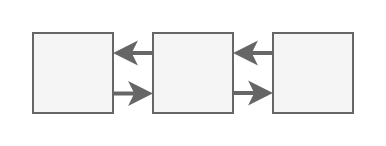
The draw.io diagram page "doubly_list_node" (2 of 2) of docs/concepts/list-node.drawio in hanggrian/grind-leetcode, before the edit. Source tidied: cells renumbered, new cells numbered last; positions are measured from the earlier drawing's top-left corner, leaving out a move shared by most shapes. Both pictures are drawn from the tidied source at 200%, with x=0, y=0 at pixel (32, 32).
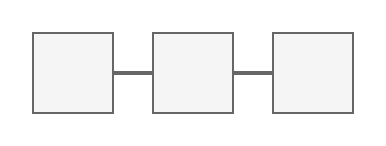
Above is the later version.

Change to the diagram source:
```diff
@@
 <mxGraphModel>
   <root>
     <mxCell id="0" />
     <mxCell id="1" parent="0" />
-    <mxCell id="2" style="edgeStyle=orthogonalEdgeStyle;rounded=0;jettySize=auto;html=1;exitX=0.946;exitY=0.756;exitDx=0;exitDy=0;entryX=0;entryY=0.75;entryDx=0;entryDy=0;startArrow=none;startFill=0;strokeWidth=2;fillColor=#f5f5f5;strokeColor=#666666;exitPerimeter=0;" parent="1" edge="1" source="3" target="5">
+    <mxCell id="2" style="edgeStyle=orthogonalEdgeStyle;rounded=0;jettySize=auto;html=1;exitX=1;exitY=0.5;exitDx=0;exitDy=0;entryX=0;entryY=0.5;entryDx=0;entryDy=0;startArrow=none;startFill=0;strokeWidth=2;fillColor=#f5f5f5;strokeColor=#666666;endArrow=none;" parent="1" edge="1" source="3" target="5">
       <mxGeometry relative="1" as="geometry" />
     </mxCell>
     <mxCell id="3" style="text;html=1;align=center;verticalAlign=middle;whiteSpace=wrap;rounded=0;fillColor=#f5f5f5;strokeColor=#666666;fontSize=14;fontColor=#333333;" parent="1" vertex="1">
       <mxGeometry width="40" height="40" as="geometry" />
     </mxCell>
-    <mxCell id="4" style="edgeStyle=orthogonalEdgeStyle;rounded=0;jettySize=auto;html=1;exitX=1;exitY=0.75;exitDx=0;exitDy=0;entryX=0;entryY=0.75;entryDx=0;entryDy=0;startArrow=none;startFill=0;strokeWidth=2;fillColor=#f5f5f5;strokeColor=#666666;" parent="1" edge="1" source="5" target="6">
+    <mxCell id="4" style="edgeStyle=orthogonalEdgeStyle;rounded=0;jettySize=auto;html=1;exitX=1;exitY=0.5;exitDx=0;exitDy=0;entryX=0;entryY=0.5;entryDx=0;entryDy=0;startArrow=none;startFill=0;strokeWidth=2;fillColor=#f5f5f5;strokeColor=#666666;endArrow=none;" parent="1" edge="1" source="5" target="6">
       <mxGeometry relative="1" as="geometry" />
     </mxCell>
     <mxCell id="5" style="text;html=1;align=center;verticalAlign=middle;whiteSpace=wrap;rounded=0;fillColor=#f5f5f5;strokeColor=#666666;fontSize=14;fontColor=#333333;" parent="1" vertex="1">
       <mxGeometry x="60" width="40" height="40" as="geometry" />
     </mxCell>
     <mxCell id="6" style="text;html=1;align=center;verticalAlign=middle;whiteSpace=wrap;rounded=0;fillColor=#f5f5f5;strokeColor=#666666;fontSize=14;fontColor=#333333;" parent="1" vertex="1">
       <mxGeometry x="120" width="40" height="40" as="geometry" />
     </mxCell>
-    <mxCell id="7" style="edgeStyle=orthogonalEdgeStyle;rounded=0;jettySize=auto;html=1;exitX=0;exitY=0.25;exitDx=0;exitDy=0;entryX=1;entryY=0.25;entryDx=0;entryDy=0;startArrow=none;startFill=0;strokeWidth=2;fillColor=#f5f5f5;strokeColor=#666666;" parent="1" edge="1" source="6" target="5">
-      <mxGeometry relative="1" as="geometry" />
-    </mxCell>
-    <mxCell id="8" style="edgeStyle=orthogonalEdgeStyle;rounded=0;jettySize=auto;html=1;entryX=1;entryY=0.25;entryDx=0;entryDy=0;startArrow=none;startFill=0;strokeWidth=2;fillColor=#f5f5f5;strokeColor=#666666;exitX=0;exitY=0.25;exitDx=0;exitDy=0;" parent="1" edge="1" source="5" target="3">
-      <mxGeometry relative="1" as="geometry" />
-    </mxCell>
   </root>
 </mxGraphModel>
```
